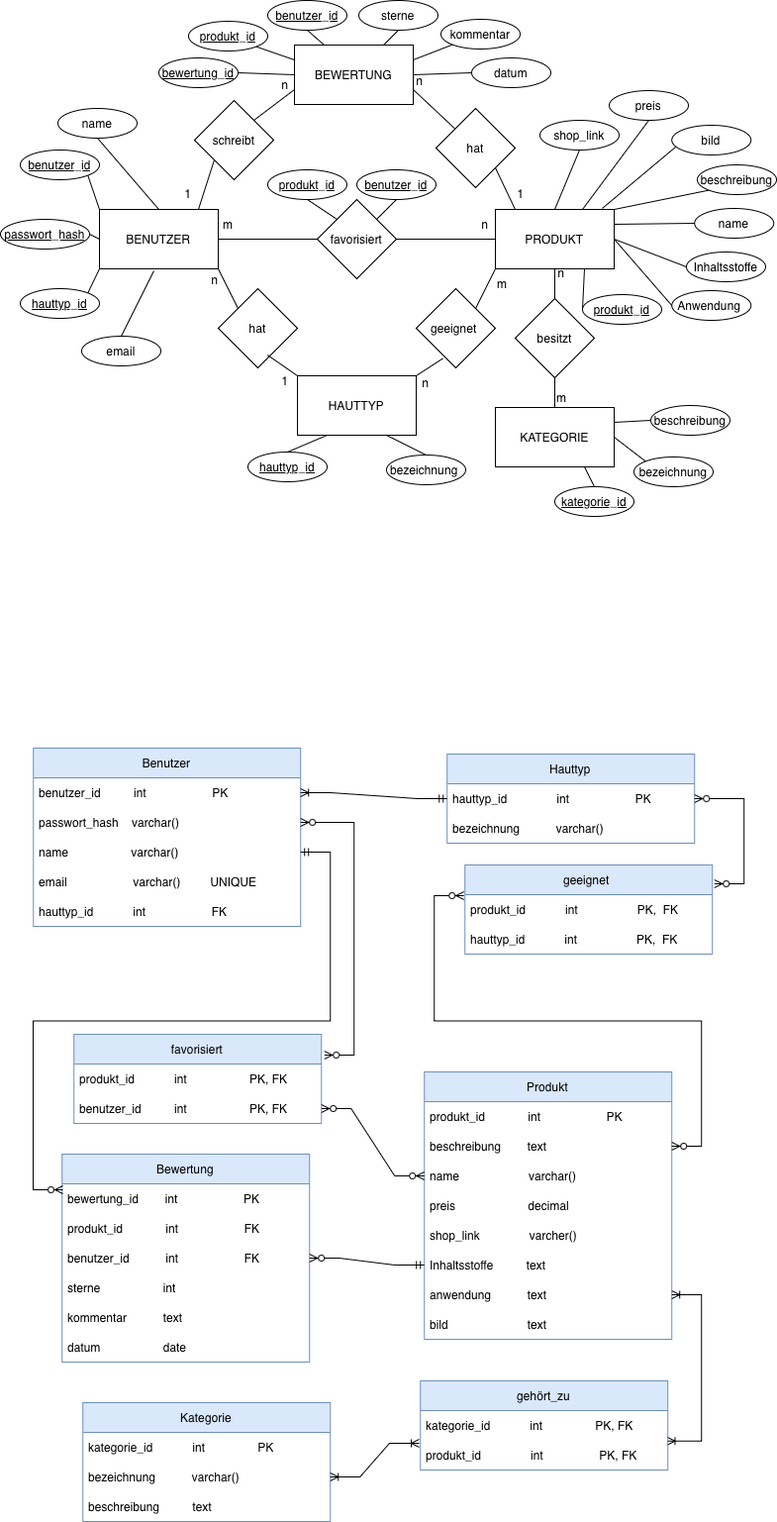
Tiberja/SkinSense keeps this draw.io diagram as docs/assets/images/data-model.png. Above is the earlier version. Source tidied: cells renumbered, new cells last; positions are measured from the earlier drawing's top-left corner, leaving out a move shared by most shapes.
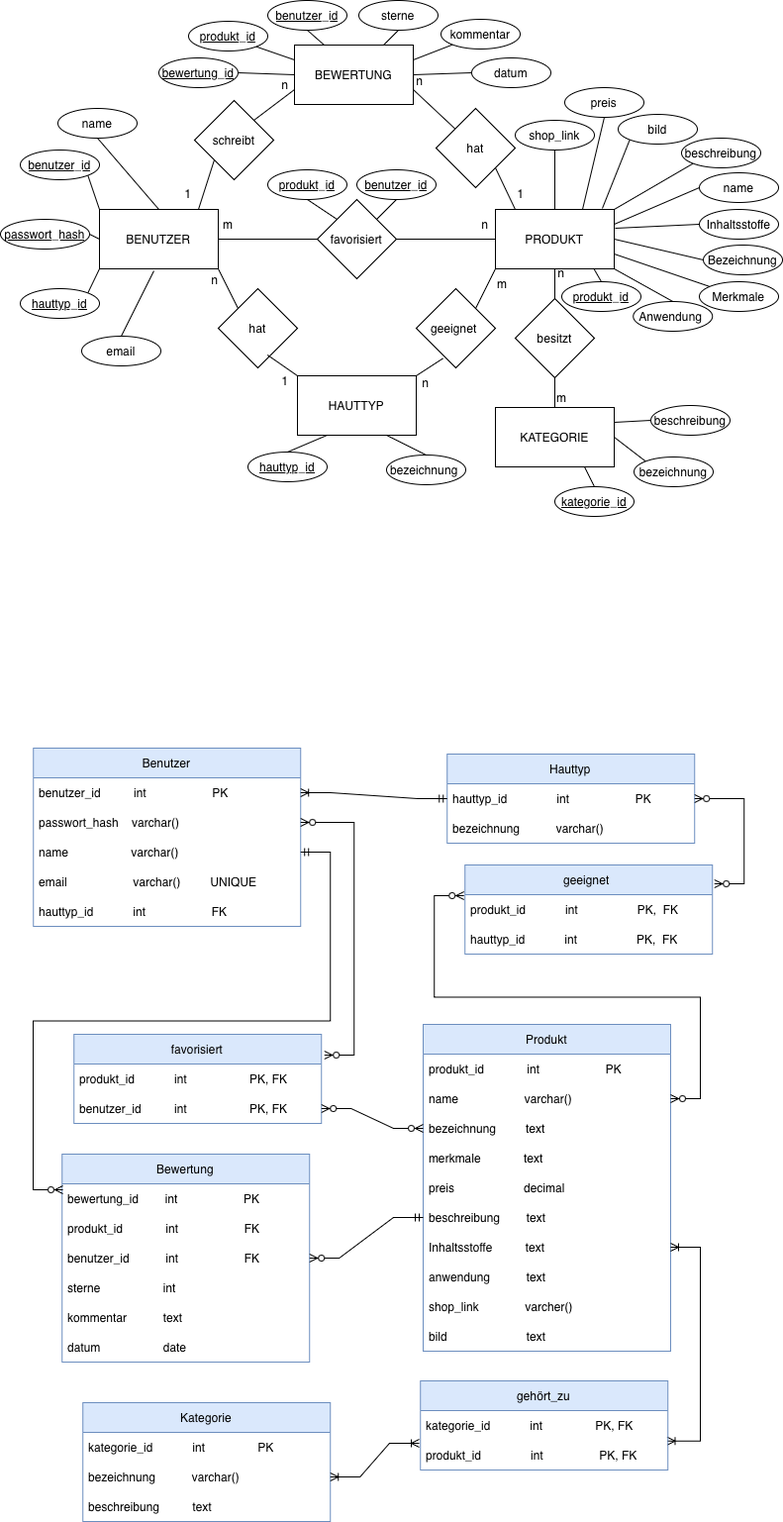
The same file after the commit.

Change to the diagram source:
```diff
@@ -75,19 +75,19 @@
       <mxGeometry x="250" y="456" width="80" height="30" as="geometry" />
     </mxCell>
     <mxCell id="26" value="&lt;u&gt;produkt_id&lt;/u&gt;" style="ellipse;whiteSpace=wrap;html=1;fontSize=12;" parent="1" vertex="1">
-      <mxGeometry x="588" y="297" width="80" height="30" as="geometry" />
+      <mxGeometry x="567" y="284" width="80" height="30" as="geometry" />
     </mxCell>
     <mxCell id="27" value="name" style="ellipse;whiteSpace=wrap;html=1;fontSize=12;" parent="1" vertex="1">
-      <mxGeometry x="701.2" y="210" width="80" height="30" as="geometry" />
+      <mxGeometry x="706" y="174" width="80" height="30" as="geometry" />
     </mxCell>
     <mxCell id="28" value="beschreibung" style="ellipse;whiteSpace=wrap;html=1;fontSize=12;" parent="1" vertex="1">
-      <mxGeometry x="704" y="166" width="80" height="30" as="geometry" />
+      <mxGeometry x="688" y="139" width="80" height="30" as="geometry" />
     </mxCell>
     <mxCell id="29" value="preis" style="ellipse;whiteSpace=wrap;html=1;fontSize=12;" parent="1" vertex="1">
-      <mxGeometry x="615" y="91" width="80" height="30" as="geometry" />
+      <mxGeometry x="570" y="88" width="80" height="30" as="geometry" />
     </mxCell>
     <mxCell id="30" value="shop_link" style="ellipse;whiteSpace=wrap;html=1;fontSize=12;" parent="1" vertex="1">
-      <mxGeometry x="545" y="121" width="80" height="30" as="geometry" />
+      <mxGeometry x="520" y="121" width="80" height="30" as="geometry" />
     </mxCell>
     <mxCell id="31" value="&lt;u&gt;hauttyp_id&lt;/u&gt;" style="ellipse;whiteSpace=wrap;html=1;fontSize=12;" parent="1" vertex="1">
       <mxGeometry x="20" y="291" width="80" height="30" as="geometry" />
@@ -141,7 +141,7 @@
     <mxCell id="46" style="endArrow=none;html=1;rounded=0;entryX=0;entryY=0.5;entryDx=0;entryDy=0;exitX=1;exitY=0.25;exitDx=0;exitDy=0;fontSize=12;" parent="1" edge="1" source="3" target="27">
       <mxGeometry relative="1" as="geometry" />
     </mxCell>
-    <mxCell id="47" style="endArrow=none;html=1;rounded=0;entryX=0;entryY=0.5;entryDx=0;entryDy=0;exitX=0.75;exitY=1;exitDx=0;exitDy=0;fontSize=12;" parent="1" edge="1" source="3" target="26">
+    <mxCell id="47" style="endArrow=none;html=1;rounded=0;entryX=0.5;entryY=0;entryDx=0;entryDy=0;exitX=0.826;exitY=0.989;exitDx=0;exitDy=0;fontSize=12;exitPerimeter=0;" parent="1" edge="1" source="3" target="26">
       <mxGeometry relative="1" as="geometry" />
     </mxCell>
     <mxCell id="48" value="Benutzer" style="swimlane;fontStyle=0;horizontal=1;startSize=30;whiteSpace=wrap;html=1;fillColor=#dae8fc;strokeColor=#6c8ebf;" parent="1" vertex="1">
@@ -163,32 +163,38 @@
       <mxGeometry y="150" width="270" height="30" as="geometry" />
     </mxCell>
     <mxCell id="54" value="Produkt" style="swimlane;fontStyle=0;horizontal=1;startSize=30;whiteSpace=wrap;html=1;fillColor=#dae8fc;strokeColor=#6c8ebf;" parent="1" vertex="1">
-      <mxGeometry x="428.2" y="1082" width="250" height="270" as="geometry" />
+      <mxGeometry x="427" y="1034" width="250" height="330" as="geometry" />
     </mxCell>
     <mxCell id="55" value="produkt_id &amp;nbsp; &amp;nbsp; &amp;nbsp; &amp;nbsp; &amp;nbsp; &amp;nbsp; int &amp;nbsp; &amp;nbsp; &amp;nbsp; &amp;nbsp; &amp;nbsp; &amp;nbsp; &amp;nbsp; &amp;nbsp; &amp;nbsp; &amp;nbsp;PK" style="text;strokeColor=none;fillColor=none;align=left;verticalAlign=middle;spacingLeft=4;spacingRight=4;overflow=hidden;whiteSpace=wrap;html=1;" parent="54" vertex="1">
       <mxGeometry y="30" width="250" height="30" as="geometry" />
     </mxCell>
-    <mxCell id="56" value="beschreibung &amp;nbsp; &amp;nbsp; &amp;nbsp; &amp;nbsp;text" style="text;strokeColor=none;fillColor=none;align=left;verticalAlign=middle;spacingLeft=4;spacingRight=4;overflow=hidden;points=[[0,0.5],[1,0.5]];portConstraint=eastwest;whiteSpace=wrap;html=1;" parent="54" vertex="1">
+    <mxCell id="56" value="name &amp;nbsp; &amp;nbsp; &amp;nbsp; &amp;nbsp; &amp;nbsp; &amp;nbsp; &amp;nbsp; &amp;nbsp; &amp;nbsp; &amp;nbsp;varchar() &amp;nbsp;&amp;nbsp;" style="text;strokeColor=none;fillColor=none;align=left;verticalAlign=middle;spacingLeft=4;spacingRight=4;overflow=hidden;points=[[0,0.5],[1,0.5]];portConstraint=eastwest;whiteSpace=wrap;html=1;" parent="54" vertex="1">
       <mxGeometry y="60" width="250" height="30" as="geometry" />
     </mxCell>
-    <mxCell id="57" value="name &amp;nbsp; &amp;nbsp; &amp;nbsp; &amp;nbsp; &amp;nbsp; &amp;nbsp; &amp;nbsp; &amp;nbsp; &amp;nbsp; &amp;nbsp; varchar() &amp;nbsp;&amp;nbsp;" style="text;strokeColor=none;fillColor=none;align=left;verticalAlign=middle;spacingLeft=4;spacingRight=4;overflow=hidden;points=[[0,0.5],[1,0.5]];portConstraint=eastwest;whiteSpace=wrap;html=1;" parent="54" vertex="1">
+    <mxCell id="57" value="bezeichnung &amp;nbsp; &amp;nbsp; &amp;nbsp; &amp;nbsp; text &amp;nbsp;&amp;nbsp;" style="text;strokeColor=none;fillColor=none;align=left;verticalAlign=middle;spacingLeft=4;spacingRight=4;overflow=hidden;points=[[0,0.5],[1,0.5]];portConstraint=eastwest;whiteSpace=wrap;html=1;" parent="54" vertex="1">
       <mxGeometry y="90" width="250" height="30" as="geometry" />
     </mxCell>
-    <mxCell id="58" value="preis &amp;nbsp; &amp;nbsp; &amp;nbsp; &amp;nbsp; &amp;nbsp; &amp;nbsp; &amp;nbsp; &amp;nbsp; &amp;nbsp; &amp;nbsp; &amp;nbsp;decimal" style="text;strokeColor=none;fillColor=none;align=left;verticalAlign=middle;spacingLeft=4;spacingRight=4;overflow=hidden;whiteSpace=wrap;html=1;" parent="54" vertex="1">
+    <mxCell id="58" value="merkmale &amp;nbsp; &amp;nbsp; &amp;nbsp; &amp;nbsp; &amp;nbsp; &amp;nbsp; text" style="text;strokeColor=none;fillColor=none;align=left;verticalAlign=middle;spacingLeft=4;spacingRight=4;overflow=hidden;whiteSpace=wrap;html=1;" parent="54" vertex="1">
       <mxGeometry y="120" width="250" height="30" as="geometry" />
     </mxCell>
-    <mxCell id="59" value="shop_link &amp;nbsp; &amp;nbsp; &amp;nbsp; &amp;nbsp; &amp;nbsp; &amp;nbsp; &amp;nbsp; varcher()" style="text;strokeColor=none;fillColor=none;align=left;verticalAlign=middle;spacingLeft=4;spacingRight=4;overflow=hidden;whiteSpace=wrap;html=1;" parent="54" vertex="1">
+    <mxCell id="59" value="preis &amp;nbsp; &amp;nbsp; &amp;nbsp; &amp;nbsp; &amp;nbsp; &amp;nbsp; &amp;nbsp; &amp;nbsp; &amp;nbsp; &amp;nbsp; decimal" style="text;strokeColor=none;fillColor=none;align=left;verticalAlign=middle;spacingLeft=4;spacingRight=4;overflow=hidden;whiteSpace=wrap;html=1;" parent="54" vertex="1">
       <mxGeometry y="150" width="250" height="30" as="geometry" />
     </mxCell>
-    <mxCell id="60" value="Inhaltsstoffe &amp;nbsp; &amp;nbsp; &amp;nbsp; &amp;nbsp; &amp;nbsp;text" style="text;strokeColor=none;fillColor=none;align=left;verticalAlign=middle;spacingLeft=4;spacingRight=4;overflow=hidden;points=[[0,0.5],[1,0.5]];portConstraint=eastwest;whiteSpace=wrap;html=1;" parent="54" vertex="1">
+    <mxCell id="60" value="beschreibung &amp;nbsp; &amp;nbsp; &amp;nbsp; &amp;nbsp;text" style="text;strokeColor=none;fillColor=none;align=left;verticalAlign=middle;spacingLeft=4;spacingRight=4;overflow=hidden;points=[[0,0.5],[1,0.5]];portConstraint=eastwest;whiteSpace=wrap;html=1;" parent="54" vertex="1">
       <mxGeometry y="180" width="250" height="30" as="geometry" />
     </mxCell>
-    <mxCell id="61" value="anwendung &amp;nbsp; &amp;nbsp; &amp;nbsp; &amp;nbsp; &amp;nbsp; text" style="text;strokeColor=none;fillColor=none;align=left;verticalAlign=middle;spacingLeft=4;spacingRight=4;overflow=hidden;points=[[0,0.5],[1,0.5]];portConstraint=eastwest;whiteSpace=wrap;html=1;" parent="54" vertex="1">
+    <mxCell id="61" value="Inhaltsstoffe &amp;nbsp; &amp;nbsp; &amp;nbsp; &amp;nbsp; &amp;nbsp;text" style="text;strokeColor=none;fillColor=none;align=left;verticalAlign=middle;spacingLeft=4;spacingRight=4;overflow=hidden;points=[[0,0.5],[1,0.5]];portConstraint=eastwest;whiteSpace=wrap;html=1;" parent="54" vertex="1">
       <mxGeometry y="210" width="250" height="30" as="geometry" />
     </mxCell>
-    <mxCell id="62" value="bild &amp;nbsp; &amp;nbsp; &amp;nbsp; &amp;nbsp; &amp;nbsp; &amp;nbsp; &amp;nbsp; &amp;nbsp; &amp;nbsp; &amp;nbsp; &amp;nbsp; &amp;nbsp;text" style="text;strokeColor=none;fillColor=none;align=left;verticalAlign=middle;spacingLeft=4;spacingRight=4;overflow=hidden;whiteSpace=wrap;html=1;" parent="54" vertex="1">
+    <mxCell id="62" value="anwendung &amp;nbsp; &amp;nbsp; &amp;nbsp; &amp;nbsp; &amp;nbsp; text" style="text;strokeColor=none;fillColor=none;align=left;verticalAlign=middle;spacingLeft=4;spacingRight=4;overflow=hidden;whiteSpace=wrap;html=1;" parent="54" vertex="1">
       <mxGeometry y="240" width="250" height="30" as="geometry" />
     </mxCell>
+    <mxCell id="136" value="shop_link &amp;nbsp; &amp;nbsp; &amp;nbsp; &amp;nbsp; &amp;nbsp; &amp;nbsp; &amp;nbsp;varcher()" style="text;strokeColor=none;fillColor=none;align=left;verticalAlign=middle;spacingLeft=4;spacingRight=4;overflow=hidden;whiteSpace=wrap;html=1;" parent="54" vertex="1">
+      <mxGeometry y="270" width="250" height="30" as="geometry" />
+    </mxCell>
+    <mxCell id="137" value="bild &amp;nbsp; &amp;nbsp; &amp;nbsp; &amp;nbsp; &amp;nbsp; &amp;nbsp; &amp;nbsp; &amp;nbsp; &amp;nbsp; &amp;nbsp; &amp;nbsp; &amp;nbsp;text" style="text;strokeColor=none;fillColor=none;align=left;verticalAlign=middle;spacingLeft=4;spacingRight=4;overflow=hidden;whiteSpace=wrap;html=1;" parent="54" vertex="1">
+      <mxGeometry y="300" width="250" height="30" as="geometry" />
+    </mxCell>
     <mxCell id="63" value="Hauttyp" style="swimlane;fontStyle=0;horizontal=1;startSize=30;whiteSpace=wrap;html=1;fillColor=#dae8fc;strokeColor=#6c8ebf;" parent="1" vertex="1">
       <mxGeometry x="451.2" y="761" width="250" height="90" as="geometry" />
     </mxCell>
@@ -301,10 +307,10 @@
       <mxGeometry x="537" y="386" width="60" height="30" as="geometry" />
     </mxCell>
     <mxCell id="98" value="Inhaltsstoffe" style="ellipse;whiteSpace=wrap;html=1;fontSize=12;" parent="1" vertex="1">
-      <mxGeometry x="693" y="254" width="80" height="30" as="geometry" />
+      <mxGeometry x="706" y="211" width="80" height="30" as="geometry" />
     </mxCell>
-    <mxCell id="99" value="Anwendung&amp;nbsp;" style="ellipse;whiteSpace=wrap;html=1;fontSize=12;" parent="1" vertex="1">
-      <mxGeometry x="678.2" y="293" width="80" height="30" as="geometry" />
+    <mxCell id="99" value="Bezeichnung" style="ellipse;whiteSpace=wrap;html=1;fontSize=12;" parent="1" vertex="1">
+      <mxGeometry x="710" y="247" width="80" height="30" as="geometry" />
     </mxCell>
     <mxCell id="100" style="endArrow=none;html=1;rounded=0;exitX=0;exitY=0.5;exitDx=0;exitDy=0;entryX=1;entryY=0.5;entryDx=0;entryDy=0;fontSize=12;" parent="1" edge="1" source="99" target="3">
       <mxGeometry relative="1" as="geometry" />
@@ -312,8 +318,10 @@
     <mxCell id="101" value="BEWERTUNG" style="rounded=0;whiteSpace=wrap;html=1;fontSize=12;" parent="1" vertex="1">
       <mxGeometry x="297" y="45" width="120" height="60" as="geometry" />
     </mxCell>
-    <mxCell id="102" style="endArrow=none;html=1;rounded=0;entryX=0;entryY=0.5;entryDx=0;entryDy=0;exitX=1;exitY=0.5;exitDx=0;exitDy=0;fontSize=12;" parent="1" edge="1" source="3" target="98">
-      <mxGeometry relative="1" as="geometry" />
+    <mxCell id="102" style="endArrow=none;html=1;rounded=0;entryX=0;entryY=0.5;entryDx=0;entryDy=0;fontSize=12;" parent="1" edge="1" target="98">
+      <mxGeometry relative="1" as="geometry">
+        <mxPoint x="621" y="230" as="sourcePoint" />
+      </mxGeometry>
     </mxCell>
     <mxCell id="103" value="schreibt" style="rhombus;whiteSpace=wrap;html=1;fontSize=12;" parent="1" vertex="1">
       <mxGeometry x="196" y="101" width="80" height="80" as="geometry" />
@@ -411,12 +419,22 @@
       <mxGeometry relative="1" as="geometry" />
     </mxCell>
     <mxCell id="134" value="bild" style="ellipse;whiteSpace=wrap;html=1;fontSize=12;" parent="1" vertex="1">
-      <mxGeometry x="678.2" y="126" width="80" height="30" as="geometry" />
+      <mxGeometry x="624" y="115" width="80" height="30" as="geometry" />
     </mxCell>
-    <mxCell id="135" style="endArrow=none;html=1;rounded=0;exitX=0.9;exitY=-0.017;exitDx=0;exitDy=0;exitPerimeter=0;" parent="1" edge="1" source="3">
-      <mxGeometry relative="1" as="geometry">
-        <mxPoint x="682" y="148" as="targetPoint" />
-      </mxGeometry>
+    <mxCell id="135" style="endArrow=none;html=1;rounded=0;exitX=0.9;exitY=-0.017;exitDx=0;exitDy=0;exitPerimeter=0;entryX=0;entryY=1;entryDx=0;entryDy=0;" parent="1" edge="1" source="3" target="134">
+      <mxGeometry relative="1" as="geometry" />
     </mxCell>
+    <mxCell id="138" value="Merkmale" style="ellipse;whiteSpace=wrap;html=1;fontSize=12;" parent="1" vertex="1">
+      <mxGeometry x="706" y="284" width="80" height="30" as="geometry" />
+    </mxCell>
+    <mxCell id="139" value="Anwendung&amp;nbsp;" style="ellipse;whiteSpace=wrap;html=1;fontSize=12;" parent="1" vertex="1">
+      <mxGeometry x="639.2" y="304" width="80" height="30" as="geometry" />
+    </mxCell>
+    <mxCell id="140" style="endArrow=none;html=1;rounded=0;entryX=0.5;entryY=0;entryDx=0;entryDy=0;exitX=1;exitY=1;exitDx=0;exitDy=0;" parent="1" edge="1" source="3" target="139">
+      <mxGeometry relative="1" as="geometry" />
+    </mxCell>
+    <mxCell id="141" style="endArrow=none;html=1;rounded=0;exitX=1;exitY=0.75;exitDx=0;exitDy=0;" parent="1" edge="1" source="3" target="138">
+      <mxGeometry relative="1" as="geometry" />
+    </mxCell>
   </root>
 </mxGraphModel>
```
